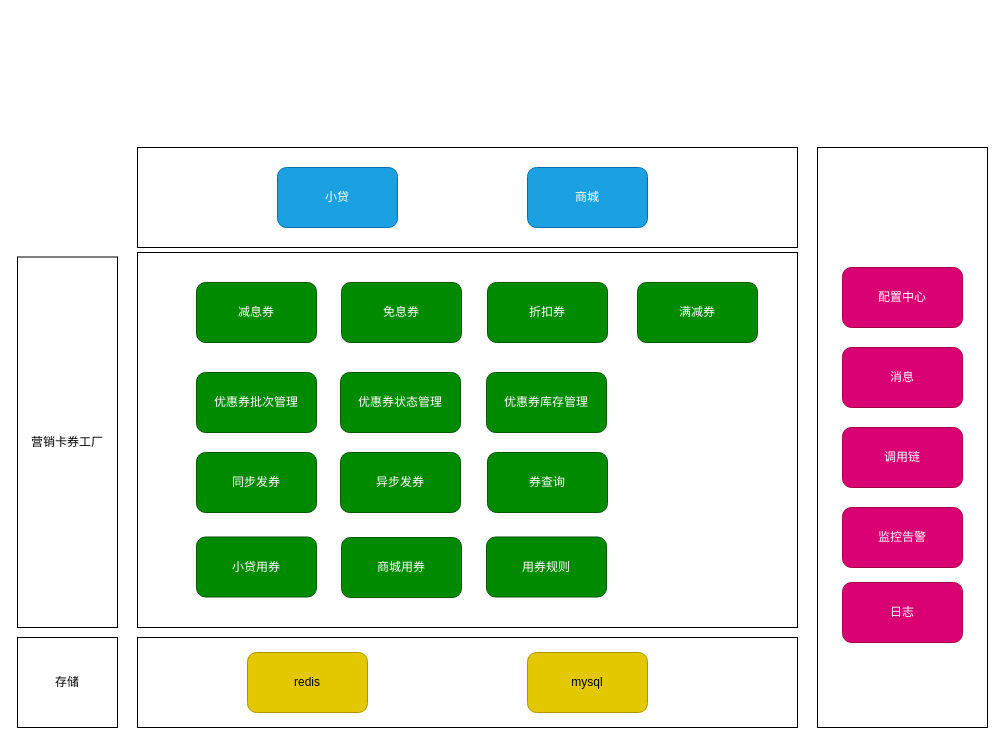
The draw.io diagram marketing/系统架构.drawio in gjie1991/draw, before the edit. Source tidied: cells renumbered, new cells numbered last; positions are measured from the earlier drawing's top-left corner, leaving out a move shared by most shapes. Both pictures are drawn from the tidied source at 100%, with x=0, y=0 at pixel (17, 147).
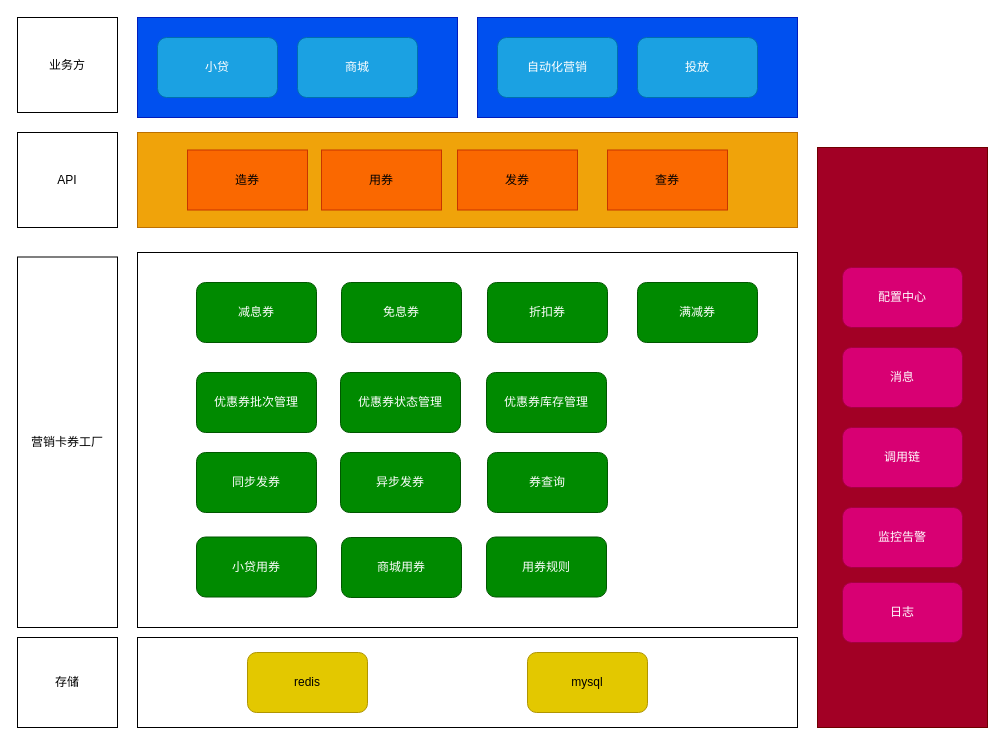
The same page after the edit.

Commit message (it also covers changes not shown here):
更新系统架构.drawio

What changed in the source:
```diff
@@
+    <mxCell id="30" style="rounded=0;whiteSpace=wrap;html=1;fillColor=#f0a30a;fontColor=#000000;strokeColor=#BD7000;" parent="1" vertex="1">
+      <mxGeometry x="120" y="-15" width="660" height="95" as="geometry" />
+    </mxCell>
@@
-    <mxCell id="3" style="rounded=0;whiteSpace=wrap;html=1;" parent="1" vertex="1">
+    <mxCell id="3" style="rounded=0;whiteSpace=wrap;html=1;fillColor=#a20025;fontColor=#ffffff;strokeColor=#6F0000;" parent="1" vertex="1">
       <mxGeometry x="800" width="170" height="580" as="geometry" />
     </mxCell>
-    <mxCell id="4" style="rounded=0;whiteSpace=wrap;html=1;" parent="1" vertex="1">
-      <mxGeometry x="120" width="660" height="100" as="geometry" />
-    </mxCell>
@@
-    <mxCell id="6" value="小贷" style="rounded=1;whiteSpace=wrap;html=1;fillColor=#1ba1e2;fontColor=#ffffff;strokeColor=#006EAF;" parent="1" vertex="1">
-      <mxGeometry x="260" y="20" width="120" height="60" as="geometry" />
-    </mxCell>
-    <mxCell id="7" value="商城" style="rounded=1;whiteSpace=wrap;html=1;fillColor=#1ba1e2;fontColor=#ffffff;strokeColor=#006EAF;" parent="1" vertex="1">
-      <mxGeometry x="510" y="20" width="120" height="60" as="geometry" />
-    </mxCell>
@@
+    <mxCell id="31" style="group;" parent="1" vertex="1">
+      <mxGeometry x="120" y="-130" width="660" height="100" as="geometry" />
+    </mxCell>
+    <mxCell id="4" style="rounded=0;whiteSpace=wrap;html=1;fillColor=#0050ef;fontColor=#ffffff;strokeColor=#001DBC;" parent="31" vertex="1">
+      <mxGeometry width="320" height="100" as="geometry" />
+    </mxCell>
+    <mxCell id="6" value="小贷" style="rounded=1;whiteSpace=wrap;html=1;fillColor=#1ba1e2;fontColor=#ffffff;strokeColor=#006EAF;" parent="31" vertex="1">
+      <mxGeometry x="20" y="20" width="120" height="60" as="geometry" />
+    </mxCell>
+    <mxCell id="7" value="商城" style="rounded=1;whiteSpace=wrap;html=1;fillColor=#1ba1e2;fontColor=#ffffff;strokeColor=#006EAF;" parent="31" vertex="1">
+      <mxGeometry x="160" y="20" width="120" height="60" as="geometry" />
+    </mxCell>
+    <mxCell id="32" style="rounded=0;whiteSpace=wrap;html=1;fillColor=#0050ef;fontColor=#ffffff;strokeColor=#001DBC;" parent="31" vertex="1">
+      <mxGeometry x="340" width="320" height="100" as="geometry" />
+    </mxCell>
+    <mxCell id="33" value="自动化营销" style="rounded=1;whiteSpace=wrap;html=1;fillColor=#1ba1e2;fontColor=#ffffff;strokeColor=#006EAF;" parent="31" vertex="1">
+      <mxGeometry x="360" y="20" width="120" height="60" as="geometry" />
+    </mxCell>
+    <mxCell id="34" value="投放" style="rounded=1;whiteSpace=wrap;html=1;fillColor=#1ba1e2;fontColor=#ffffff;strokeColor=#006EAF;" parent="31" vertex="1">
+      <mxGeometry x="500" y="20" width="120" height="60" as="geometry" />
+    </mxCell>
+    <mxCell id="35" value="造券" style="rounded=0;whiteSpace=wrap;html=1;fillColor=#fa6800;fontColor=#000000;strokeColor=#C73500;" parent="1" vertex="1">
+      <mxGeometry x="170" y="2.5" width="120" height="60" as="geometry" />
+    </mxCell>
+    <mxCell id="36" value="API" style="rounded=0;whiteSpace=wrap;html=1;" parent="1" vertex="1">
+      <mxGeometry y="-15" width="100" height="95" as="geometry" />
+    </mxCell>
+    <mxCell id="37" value="用券" style="rounded=0;whiteSpace=wrap;html=1;fillColor=#fa6800;fontColor=#000000;strokeColor=#C73500;" parent="1" vertex="1">
+      <mxGeometry x="304" y="2.5" width="120" height="60" as="geometry" />
+    </mxCell>
+    <mxCell id="38" value="查券" style="rounded=0;whiteSpace=wrap;html=1;fillColor=#fa6800;fontColor=#000000;strokeColor=#C73500;" parent="1" vertex="1">
+      <mxGeometry x="590" y="2.5" width="120" height="60" as="geometry" />
+    </mxCell>
+    <mxCell id="39" value="发券" style="rounded=0;whiteSpace=wrap;html=1;fillColor=#fa6800;fontColor=#000000;strokeColor=#C73500;" parent="1" vertex="1">
+      <mxGeometry x="440" y="2.5" width="120" height="60" as="geometry" />
+    </mxCell>
+    <mxCell id="40" value="业务方" style="rounded=0;whiteSpace=wrap;html=1;" parent="1" vertex="1">
+      <mxGeometry y="-130" width="100" height="95" as="geometry" />
+    </mxCell>
```
